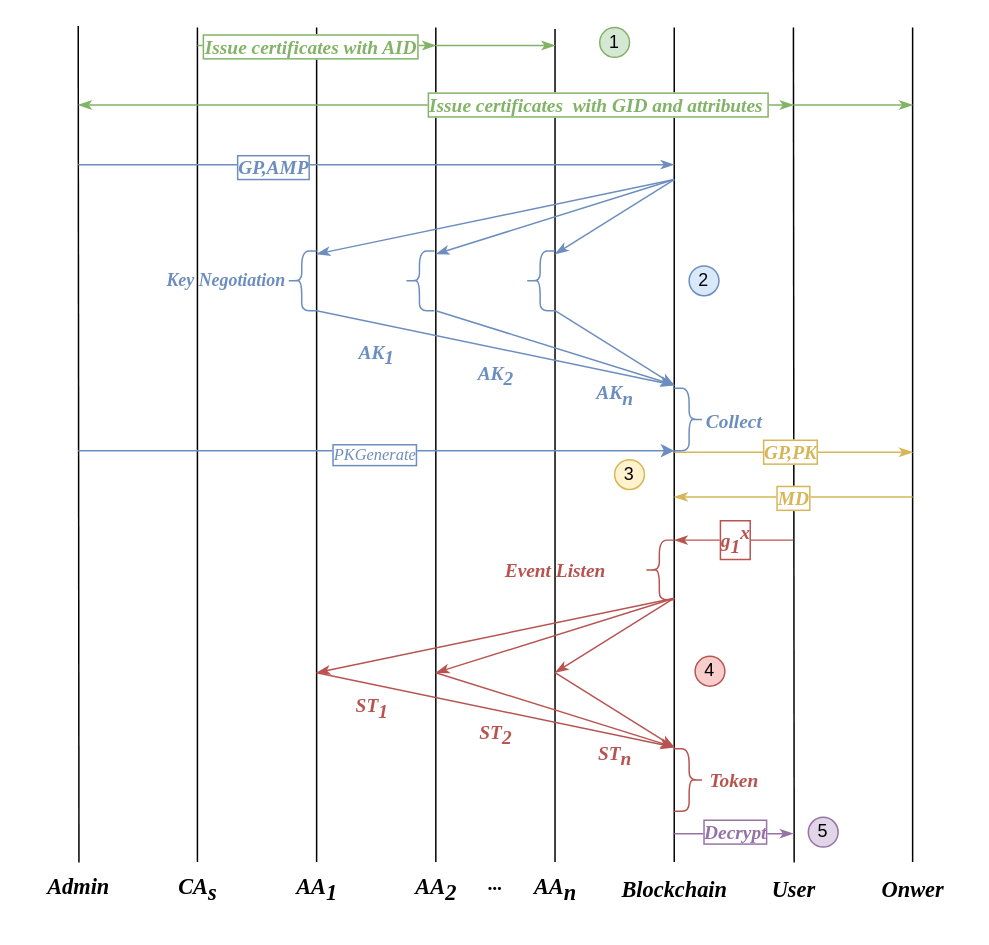
This is systemarchitecture.drawio from Mr-doublehappines/httpServer, a draw.io file, before an edit. Source tidied: cells renumbered, new cells numbered last; positions are measured from the earlier drawing's top-left corner, leaving out a move shared by most shapes. Both pictures are drawn from the tidied source at 149%, with x=0, y=0 at pixel (25, 25).
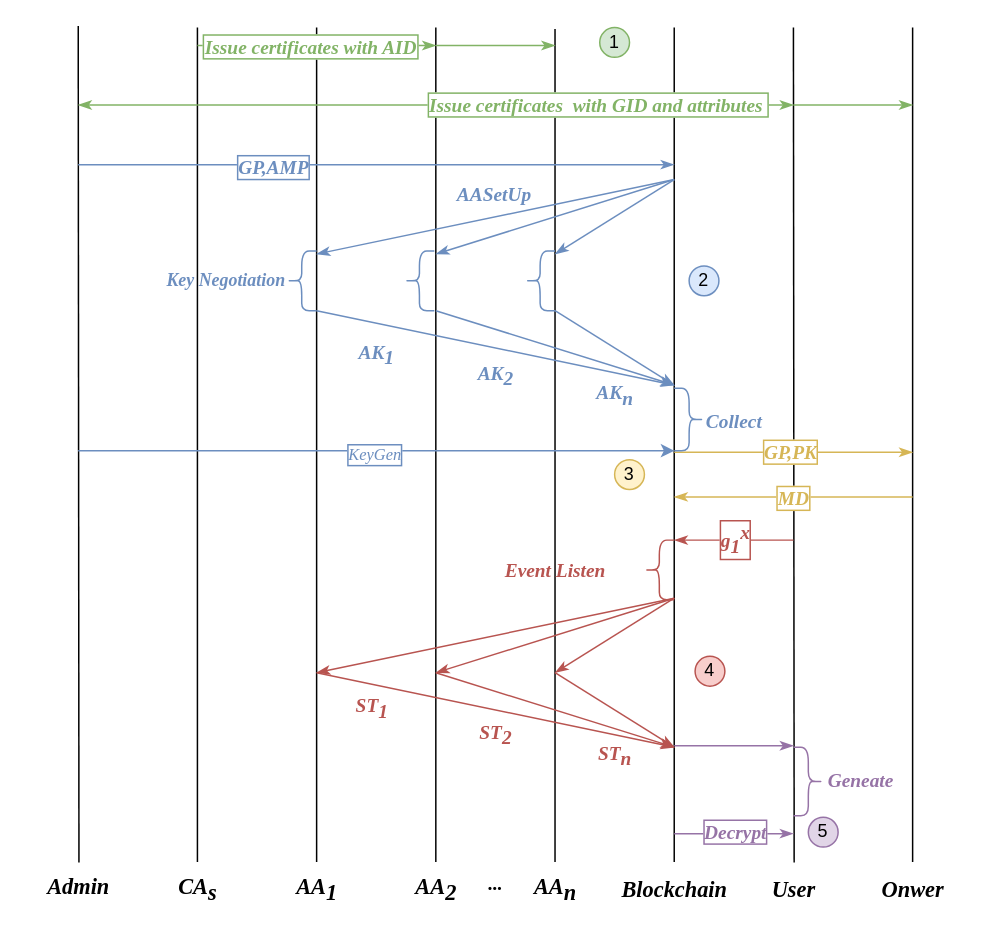
After the change.

Unchanged cells that the change refers to:
```xml
<mxCell id="69" style="endArrow=classic;html=1;rounded=0;fillColor=#dae8fc;strokeColor=#6C8EBF;" parent="1" edge="1">
  <mxGeometry relative="1" as="geometry">
    <mxPoint x="35" y="285" as="sourcePoint" />
    <mxPoint x="435" y="285" as="targetPoint" />
  </mxGeometry>
</mxCell>
```

The edit, as a diff of the source:
```diff
@@
-    <mxCell id="55" style="shape=curlyBracket;whiteSpace=wrap;html=1;rounded=1;flipH=1;labelPosition=right;verticalLabelPosition=middle;align=left;verticalAlign=middle;size=0.5;fontFamily=Times New Roman;fontStyle=3;fillColor=#f8cecc;strokeColor=#b85450;fontSize=13;" parent="1" vertex="1">
-      <mxGeometry x="435" y="485" width="20" height="42" as="geometry" />
+    <mxCell id="55" style="shape=curlyBracket;whiteSpace=wrap;html=1;rounded=1;flipH=1;labelPosition=right;verticalLabelPosition=middle;align=left;verticalAlign=middle;size=0.5;fontFamily=Times New Roman;fontStyle=3;fillColor=#e1d5e7;strokeColor=#9673a6;fontSize=13;" parent="1" vertex="1">
+      <mxGeometry x="515" y="484" width="20" height="46" as="geometry" />
     </mxCell>
-    <mxCell id="56" value="Token" style="text;html=1;align=center;verticalAlign=middle;strokeColor=none;fillColor=none;fontFamily=Times New Roman;fontStyle=3;fontColor=#B85450;fontSize=13;" parent="1" vertex="1">
-      <mxGeometry x="445" y="491" width="60" height="30" as="geometry" />
+    <mxCell id="56" value="Geneate" style="text;html=1;align=center;verticalAlign=middle;fontFamily=Times New Roman;fontStyle=3;fontSize=13;fontColor=#9673a6;" parent="1" vertex="1">
+      <mxGeometry x="525" y="491" width="70" height="30" as="geometry" />
     </mxCell>
@@
-    <mxCell id="70" value="PKGenerate" style="edgeLabel;html=1;align=center;verticalAlign=middle;labelBorderColor=#6C8EBF;fontColor=#6C8EBF;fontStyle=2;fontFamily=Times New Roman;" parent="69" vertex="1">
+    <mxCell id="70" value="KeyGen" style="edgeLabel;html=1;align=center;verticalAlign=middle;labelBorderColor=#6C8EBF;fontColor=#6C8EBF;fontStyle=2;fontFamily=Times New Roman;" parent="69" vertex="1">
       <mxGeometry x="-0.01" y="-2" relative="1" as="geometry" />
     </mxCell>
+    <mxCell id="71" style="endArrow=classicThin;html=1;rounded=0;endFill=1;fontFamily=Times New Roman;fontStyle=3;fontColor=#B85450;fillColor=#e1d5e7;strokeColor=#9673a6;fontSize=13;" parent="1" edge="1">
+      <mxGeometry relative="1" as="geometry">
+        <mxPoint x="435" y="483" as="sourcePoint" />
+        <mxPoint x="515" y="483" as="targetPoint" />
+      </mxGeometry>
+    </mxCell>
+    <mxCell id="72" value="&lt;i&gt;&lt;font style=&quot;font-size: 13px;&quot; face=&quot;Times New Roman&quot;&gt;&lt;b&gt;AASetUp&lt;/b&gt;&lt;/font&gt;&lt;/i&gt;" style="text;html=1;align=center;verticalAlign=middle;strokeColor=none;fillColor=none;fontColor=#6c8ebf;" parent="1" vertex="1">
+      <mxGeometry x="279" y="98" width="70" height="30" as="geometry" />
+    </mxCell>
```
